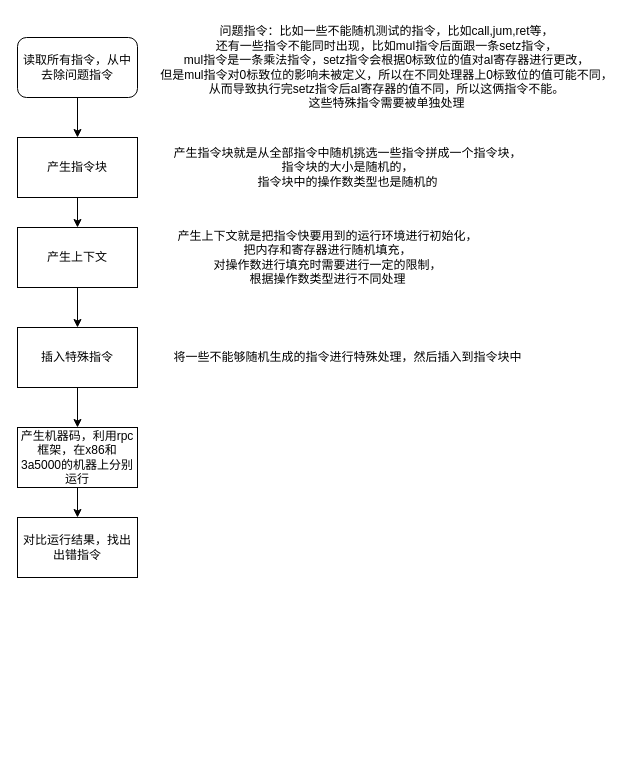
This is page "Page-4" (4 of 4) of Untitled Diagram.drawio from ganjue66da/ganjue66da, a draw.io file, before an edit. Source tidied: cells renumbered, new cells numbered last; positions are measured from the earlier drawing's top-left corner, leaving out a move shared by most shapes. Both pictures are drawn from the tidied source at 100%, with x=0, y=0 at pixel (17, 22).
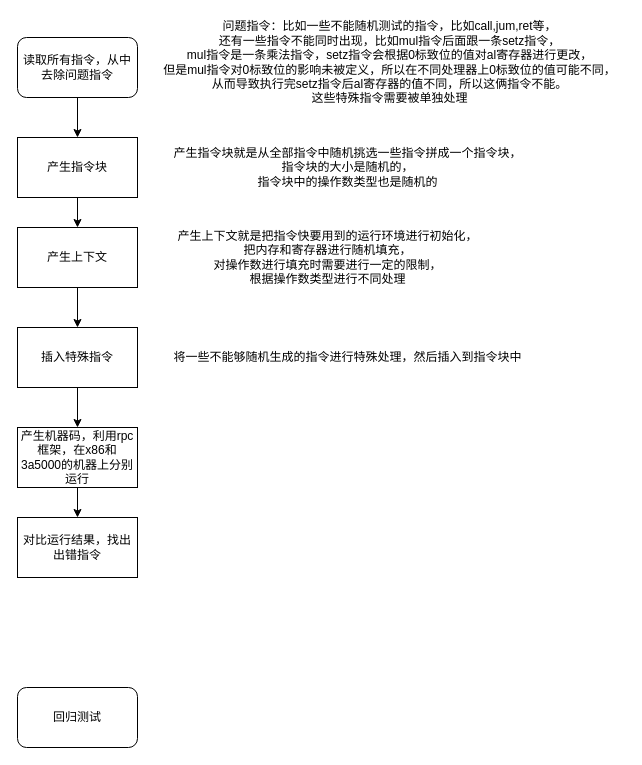
The same diagram, later.

Change to the diagram source:
```diff
@@
 <mxGraphModel>
   <root>
     <mxCell id="0" />
     <mxCell id="1" parent="0" />
     <mxCell id="2" style="edgeStyle=orthogonalEdgeStyle;rounded=0;jettySize=auto;html=1;" parent="1" edge="1" source="3" target="5">
       <mxGeometry relative="1" as="geometry" />
     </mxCell>
     <mxCell id="3" value="读取所有指令，从中去除问题指令" style="rounded=1;whiteSpace=wrap;html=1;" parent="1" vertex="1">
       <mxGeometry y="15" width="120" height="60" as="geometry" />
     </mxCell>
     <mxCell id="4" style="edgeStyle=orthogonalEdgeStyle;rounded=0;jettySize=auto;html=1;" parent="1" edge="1" source="5" target="9">
       <mxGeometry relative="1" as="geometry" />
     </mxCell>
     <mxCell id="5" value="产生指令块" style="rounded=0;whiteSpace=wrap;html=1;" parent="1" vertex="1">
       <mxGeometry y="115" width="120" height="60" as="geometry" />
     </mxCell>
     <mxCell id="6" value="问题指令：比如一些不能随机测试的指令，比如call,jum,ret等，&lt;br&gt;还有一些指令不能同时出现，比如mul指令后面跟一条setz指令，&lt;br&gt;mul指令是一条乘法指令，setz指令会根据0标致位的值对al寄存器进行更改，&lt;br&gt;但是mul指令对0标致位的影响未被定义，所以在不同处理器上0标致位的值可能不同，&lt;br&gt;从而导致执行完setz指令后al寄存器的值不同，所以这俩指令不能。&lt;br&gt;这些特殊指令需要被单独处理" style="text;html=1;align=center;verticalAlign=middle;strokeColor=none;fillColor=none;" parent="1" vertex="1">
-      <mxGeometry x="134" width="470" height="90" as="geometry" />
+      <mxGeometry x="137" y="-5" width="470" height="90" as="geometry" />
     </mxCell>
     <mxCell id="7" value="产生指令块就是从全部指令中随机挑选一些指令拼成一个指令块，&lt;br&gt;指令块的大小是随机的，&lt;br&gt;指令块中的操作数类型也是随机的" style="text;html=1;align=center;verticalAlign=middle;strokeColor=none;fillColor=none;" parent="1" vertex="1">
       <mxGeometry x="150" y="120" width="360" height="50" as="geometry" />
     </mxCell>
     <mxCell id="8" style="edgeStyle=orthogonalEdgeStyle;rounded=0;jettySize=auto;html=1;" parent="1" edge="1" source="9" target="12">
       <mxGeometry relative="1" as="geometry" />
     </mxCell>
     <mxCell id="9" value="产生上下文" style="whiteSpace=wrap;html=1;rounded=0;" parent="1" vertex="1">
       <mxGeometry y="205" width="120" height="60" as="geometry" />
     </mxCell>
     <mxCell id="10" value="产生上下文就是把指令快要用到的运行环境进行初始化，&lt;br&gt;把内存和寄存器进行随机填充，&lt;br&gt;对操作数进行填充时需要进行一定的限制，&lt;br&gt;根据操作数类型进行不同处理" style="text;html=1;align=center;verticalAlign=middle;strokeColor=none;fillColor=none;" parent="1" vertex="1">
       <mxGeometry x="150" y="205" width="320" height="60" as="geometry" />
     </mxCell>
     <mxCell id="11" style="edgeStyle=orthogonalEdgeStyle;rounded=0;jettySize=auto;html=1;" parent="1" edge="1" source="12" target="15">
       <mxGeometry relative="1" as="geometry" />
     </mxCell>
     <mxCell id="12" value="插入特殊指令" style="whiteSpace=wrap;html=1;rounded=0;" parent="1" vertex="1">
       <mxGeometry y="305" width="120" height="60" as="geometry" />
     </mxCell>
     <mxCell id="13" value="将一些不能够随机生成的指令进行特殊处理，然后插入到指令块中" style="text;html=1;align=center;verticalAlign=middle;strokeColor=none;fillColor=none;" parent="1" vertex="1">
       <mxGeometry x="150" y="325" width="360" height="20" as="geometry" />
     </mxCell>
     <mxCell id="14" style="edgeStyle=orthogonalEdgeStyle;rounded=0;jettySize=auto;html=1;" parent="1" edge="1" source="15" target="16">
       <mxGeometry relative="1" as="geometry" />
     </mxCell>
     <mxCell id="15" value="产生机器码，利用rpc框架，在x86和3a5000的机器上分别运行" style="whiteSpace=wrap;html=1;rounded=0;" parent="1" vertex="1">
       <mxGeometry y="405" width="120" height="60" as="geometry" />
     </mxCell>
     <mxCell id="16" value="对比运行结果，找出出错指令" style="whiteSpace=wrap;html=1;rounded=0;" parent="1" vertex="1">
       <mxGeometry y="495" width="120" height="60" as="geometry" />
     </mxCell>
+    <mxCell id="17" value="回归测试" style="rounded=1;whiteSpace=wrap;html=1;" parent="1" vertex="1">
+      <mxGeometry y="665" width="120" height="60" as="geometry" />
+    </mxCell>
   </root>
 </mxGraphModel>
```
